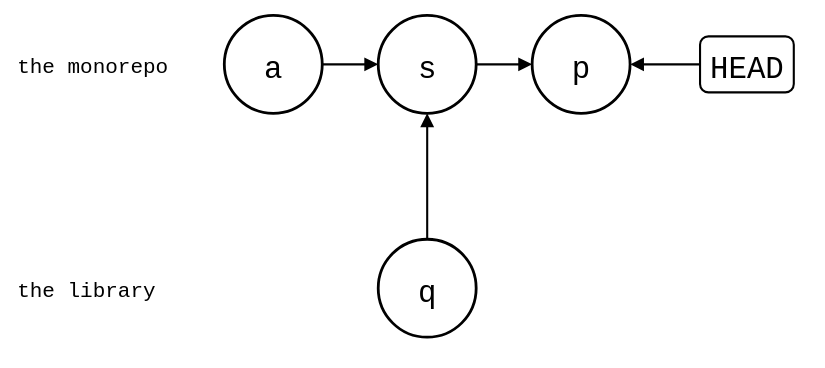
roschaefer/episodes keeps this draw.io diagram as git-splice/test/comparisons/git-subtree-squash-merged.drawio.svg. Above is the earlier version. Source tidied: cells renumbered, new cells last; positions are measured from the earlier drawing's top-left corner, leaving out a move shared by most shapes.
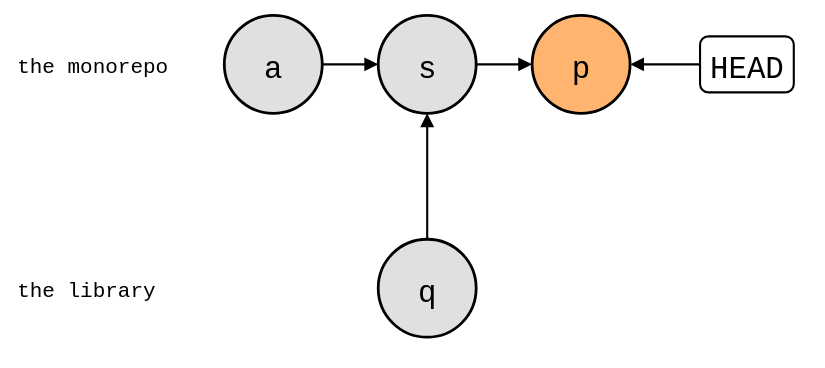
Later version of the same file.

Diff of the diagram source:
```diff
@@ -8,16 +8,16 @@
     <mxCell id="3" value="the library" style="text;strokeColor=none;fillColor=none;align=left;verticalAlign=middle;fontSize=15;fontFamily=Roboto Mono,monospace;" parent="1" vertex="1">
       <mxGeometry y="180" width="130" height="30" as="geometry" />
     </mxCell>
-    <mxCell id="4" value="a" style="ellipse;strokeWidth=2;fontSize=22;fontFamily=Roboto Mono,monospace;" parent="1" vertex="1">
+    <mxCell id="4" value="a" style="ellipse;strokeWidth=2;fontSize=22;fontFamily=Roboto Mono,monospace;fillColor=#E0E0E0;" parent="1" vertex="1">
       <mxGeometry x="150" width="70" height="70" as="geometry" />
     </mxCell>
-    <mxCell id="5" value="s" style="ellipse;strokeWidth=2;fontSize=22;fontFamily=Roboto Mono,monospace;" parent="1" vertex="1">
+    <mxCell id="5" value="s" style="ellipse;strokeWidth=2;fontSize=22;fontFamily=Roboto Mono,monospace;fillColor=#E0E0E0;" parent="1" vertex="1">
       <mxGeometry x="260" width="70" height="70" as="geometry" />
     </mxCell>
-    <mxCell id="6" value="p" style="ellipse;strokeWidth=2;fontSize=22;fontFamily=Roboto Mono,monospace;" parent="1" vertex="1">
+    <mxCell id="6" value="p" style="ellipse;strokeWidth=2;fontSize=22;fontFamily=Roboto Mono,monospace;fillColor=#FFB570;" parent="1" vertex="1">
       <mxGeometry x="370" width="70" height="70" as="geometry" />
     </mxCell>
-    <mxCell id="7" value="q" style="ellipse;strokeWidth=2;fontSize=22;fontFamily=Roboto Mono,monospace;" parent="1" vertex="1">
+    <mxCell id="7" value="q" style="ellipse;strokeWidth=2;fontSize=22;fontFamily=Roboto Mono,monospace;fillColor=#E0E0E0;" parent="1" vertex="1">
       <mxGeometry x="260" y="160" width="70" height="70" as="geometry" />
     </mxCell>
     <mxCell id="8" value="HEAD" style="rounded=1;strokeWidth=1.5;fontSize=22;fontFamily=Roboto Mono,monospace;" parent="1" vertex="1">
```
